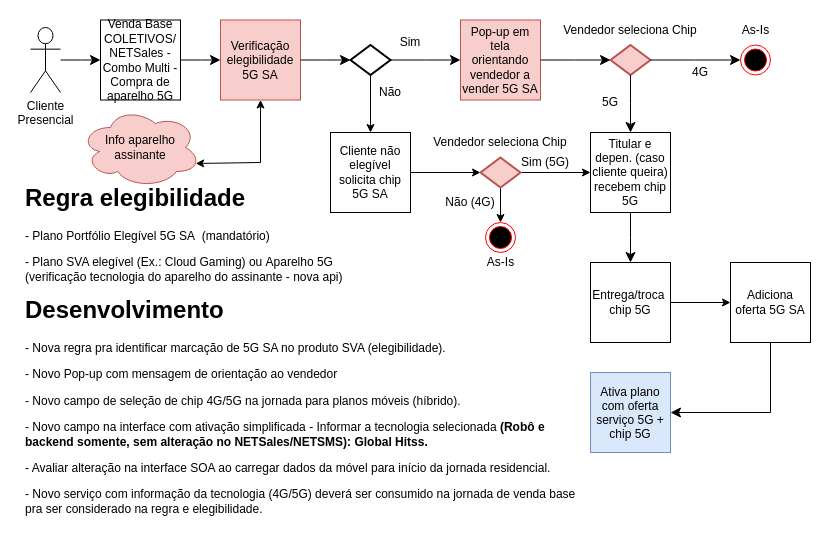
This is page "Venda Base NETSales" (5 of 5) of 5GSA v2.drawio from samirali/ClaroBrasil, a draw.io file, before an edit. Source tidied: cells renumbered, new cells numbered last; positions are measured from the earlier drawing's top-left corner, leaving out a move shared by most shapes. Both pictures are drawn from the tidied source at 100%, with x=0, y=0 at pixel (20, 20).
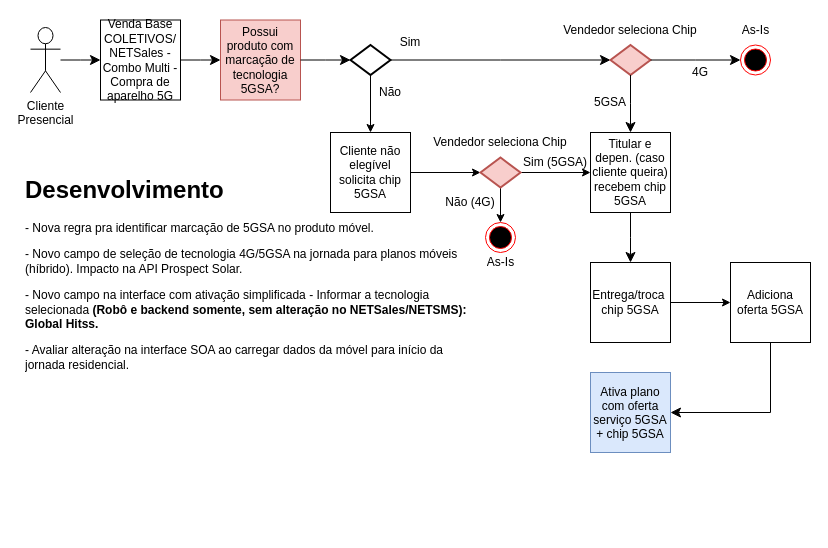
The same page after the edit.

Unchanged cells that the change refers to:
```xml
<mxCell id="4" style="strokeWidth=2;html=1;shape=mxgraph.flowchart.decision;whiteSpace=wrap;" parent="1" vertex="1">
  <mxGeometry x="330" y="24.5" width="40" height="30" as="geometry" />
</mxCell>
<mxCell id="14" style="strokeWidth=2;html=1;shape=mxgraph.flowchart.decision;whiteSpace=wrap;fillColor=#f8cecc;strokeColor=#b85450;" parent="1" vertex="1">
  <mxGeometry x="590" y="24.5" width="40" height="30" as="geometry" />
</mxCell>
```

What changed in the source:
```diff
@@
-    <mxCell id="5" value="Verificação elegibilidade 5G SA" style="whiteSpace=wrap;html=1;fillColor=#f8cecc;strokeColor=#b85450;" parent="1" vertex="1">
+    <mxCell id="5" value="Possui produto com marcação de tecnologia 5GSA?" style="whiteSpace=wrap;html=1;fillColor=#f8cecc;strokeColor=#b85450;" parent="1" vertex="1">
       <mxGeometry x="200" y="-0.5" width="80" height="80" as="geometry" />
     </mxCell>
@@
-    <mxCell id="10" value="&lt;h1&gt;Regra elegibilidade&lt;/h1&gt;&lt;p&gt;- Plano Portfólio Elegível 5G SA&amp;nbsp; (mandatório)&lt;/p&gt;&lt;p&gt;- Plano SVA elegível (Ex.: Cloud Gaming) ou&amp;nbsp;&lt;span style=&quot;background-color: initial;&quot;&gt;Aparelho 5G (v&lt;/span&gt;&lt;span style=&quot;background-color: initial;&quot;&gt;erificação tecnologia do aparelho do assinante - nova api)&lt;/span&gt;&lt;/p&gt;" style="text;html=1;strokeColor=none;fillColor=none;spacing=5;spacingTop=-20;whiteSpace=wrap;overflow=hidden;rounded=0;" parent="1" vertex="1">
-      <mxGeometry y="158" width="340" height="131" as="geometry" />
-    </mxCell>
@@
-    <mxCell id="12" style="edgeStyle=elbowEdgeStyle;elbow=horizontal;endArrow=classic;html=1;curved=0;rounded=0;endSize=8;startSize=8;exitX=1;exitY=0.5;exitDx=0;exitDy=0;exitPerimeter=0;entryX=0;entryY=0.5;entryDx=0;entryDy=0;" parent="1" edge="1" source="4" target="13">
+    <mxCell id="12" style="edgeStyle=elbowEdgeStyle;elbow=horizontal;endArrow=classic;html=1;curved=0;rounded=0;endSize=8;startSize=8;exitX=1;exitY=0.5;exitDx=0;exitDy=0;exitPerimeter=0;entryX=0;entryY=0.5;entryDx=0;entryDy=0;entryPerimeter=0;" parent="1" edge="1" source="4" target="14">
       <mxGeometry relative="1" as="geometry" />
     </mxCell>
-    <mxCell id="13" value="Pop-up em tela orientando vendedor a vender 5G SA" style="whiteSpace=wrap;html=1;fillColor=#f8cecc;strokeColor=#b85450;" parent="1" vertex="1">
-      <mxGeometry x="440" y="-0.5" width="80" height="80" as="geometry" />
-    </mxCell>
@@
-    <mxCell id="19" style="edgeStyle=elbowEdgeStyle;elbow=horizontal;endArrow=classic;html=1;curved=0;rounded=0;endSize=8;startSize=8;exitX=1;exitY=0.5;exitDx=0;exitDy=0;entryX=0;entryY=0.5;entryDx=0;entryDy=0;entryPerimeter=0;" parent="1" edge="1" source="13" target="14">
-      <mxGeometry relative="1" as="geometry" />
-    </mxCell>
@@
-    <mxCell id="21" value="Titular e depen. (caso cliente queira) recebem chip 5G" style="whiteSpace=wrap;html=1;" parent="1" vertex="1">
+    <mxCell id="21" value="Titular e depen. (caso cliente queira) recebem chip 5GSA" style="whiteSpace=wrap;html=1;" parent="1" vertex="1">
       <mxGeometry x="570" y="112" width="80" height="80" as="geometry" />
     </mxCell>
@@
-    <mxCell id="23" value="5G" style="text;html=1;strokeColor=none;fillColor=none;align=center;verticalAlign=middle;whiteSpace=wrap;overflow=hidden;" parent="1" vertex="1">
+    <mxCell id="23" value="5GSA" style="text;html=1;strokeColor=none;fillColor=none;align=center;verticalAlign=middle;whiteSpace=wrap;overflow=hidden;" parent="1" vertex="1">
       <mxGeometry x="570" y="72" width="40" height="20" as="geometry" />
     </mxCell>
@@
-    <mxCell id="26" value="Entrega/troca&amp;nbsp; chip 5G" style="whiteSpace=wrap;html=1;" parent="1" vertex="1">
+    <mxCell id="26" value="Entrega/troca&amp;nbsp; chip 5GSA" style="whiteSpace=wrap;html=1;" parent="1" vertex="1">
       <mxGeometry x="570" y="242" width="80" height="80" as="geometry" />
     </mxCell>
-    <mxCell id="27" value="&lt;p style=&quot;line-height: normal; margin: 0pt 0in; text-indent: 0in; direction: ltr; unicode-bidi: embed; word-break: normal;&quot;&gt;Ativa plano com oferta serviço 5G + chip 5G&lt;/p&gt;" style="whiteSpace=wrap;html=1;fillColor=#dae8fc;strokeColor=#6c8ebf;" parent="1" vertex="1">
+    <mxCell id="27" value="&lt;p style=&quot;line-height: normal; margin: 0pt 0in; text-indent: 0in; direction: ltr; unicode-bidi: embed; word-break: normal;&quot;&gt;Ativa plano com oferta serviço 5GSA + chip 5GSA&lt;/p&gt;" style="whiteSpace=wrap;html=1;fillColor=#dae8fc;strokeColor=#6c8ebf;" parent="1" vertex="1">
       <mxGeometry x="570" y="352" width="80" height="80" as="geometry" />
     </mxCell>
@@
-    <mxCell id="29" value="Cliente não elegível solicita chip 5G SA" style="whiteSpace=wrap;html=1;" parent="1" vertex="1">
+    <mxCell id="29" value="Cliente não elegível solicita chip 5GSA" style="whiteSpace=wrap;html=1;" parent="1" vertex="1">
       <mxGeometry x="310" y="112" width="80" height="80" as="geometry" />
     </mxCell>
@@
-    <mxCell id="34" value="Sim (5G)" style="text;html=1;strokeColor=none;fillColor=none;align=center;verticalAlign=middle;whiteSpace=wrap;overflow=hidden;" parent="1" vertex="1">
-      <mxGeometry x="500" y="132" width="50" height="20" as="geometry" />
+    <mxCell id="34" value="Sim (5GSA)" style="text;html=1;strokeColor=none;fillColor=none;align=center;verticalAlign=middle;whiteSpace=wrap;overflow=hidden;" parent="1" vertex="1">
+      <mxGeometry x="500" y="132" width="70" height="20" as="geometry" />
     </mxCell>
@@
-    <mxCell id="39" value="Adiciona oferta 5G SA" style="whiteSpace=wrap;html=1;" parent="1" vertex="1">
+    <mxCell id="39" value="Adiciona oferta 5GSA" style="whiteSpace=wrap;html=1;" parent="1" vertex="1">
       <mxGeometry x="710" y="242" width="80" height="80" as="geometry" />
     </mxCell>
@@
-    <mxCell id="41" value="Info aparelho assinante" style="ellipse;shape=cloud;whiteSpace=wrap;html=1;fillColor=#f8cecc;strokeColor=#b85450;" parent="1" vertex="1">
-      <mxGeometry x="60" y="87" width="120" height="80" as="geometry" />
-    </mxCell>
-    <mxCell id="42" style="endArrow=classic;startArrow=classic;html=1;rounded=0;entryX=0.5;entryY=1;entryDx=0;entryDy=0;exitX=0.96;exitY=0.7;exitDx=0;exitDy=0;exitPerimeter=0;" parent="1" edge="1" source="41" target="5">
-      <mxGeometry relative="1" as="geometry">
-        <Array as="points">
-          <mxPoint x="240" y="142" />
-        </Array>
-      </mxGeometry>
-    </mxCell>
-    <mxCell id="43" value="&lt;h1&gt;Desenvolvimento&lt;/h1&gt;&lt;p&gt;- Nova regra pra identificar marcação de 5G SA no produto SVA (elegibilidade).&lt;/p&gt;&lt;p&gt;- Novo Pop-up com mensagem de orientação ao vendedor&lt;/p&gt;&lt;p&gt;- Novo campo de seleção de chip 4G/5G na jornada para planos móveis (híbrido).&lt;/p&gt;&lt;p style=&quot;border-color: var(--border-color);&quot;&gt;- Novo campo na interface com ativação simplificada - Informar a tecnologia selecionada&lt;b style=&quot;border-color: var(--border-color);&quot;&gt;&amp;nbsp;(Robô e backend somente, sem alteração no NETSales/NETSMS): Global Hitss.&lt;/b&gt;&lt;br&gt;&lt;/p&gt;&lt;p style=&quot;border-color: var(--border-color);&quot;&gt;- Avaliar alteração na interface SOA ao carregar dados da móvel para início da jornada residencial.&lt;/p&gt;&lt;p style=&quot;border-color: var(--border-color);&quot;&gt;- Novo serviço com informação da tecnologia (4G/5G) deverá ser consumido na jornada de venda base pra ser considerado na regra e elegibilidade.&lt;/p&gt;&lt;p&gt;&lt;br&gt;&lt;/p&gt;&lt;div&gt;&lt;br&gt;&lt;/div&gt;" style="text;html=1;strokeColor=none;fillColor=none;spacing=5;spacingTop=-20;whiteSpace=wrap;overflow=hidden;rounded=0;" parent="1" vertex="1">
-      <mxGeometry y="270" width="560" height="240" as="geometry" />
+    <mxCell id="43" value="&lt;h1&gt;Desenvolvimento&lt;/h1&gt;&lt;p style=&quot;border-color: var(--border-color);&quot;&gt;- Nova regra pra identificar marcação de 5GSA no produto móvel.&lt;/p&gt;&lt;p style=&quot;border-color: var(--border-color);&quot;&gt;- Novo campo de seleção de tecnologia 4G/5GSA na jornada para planos móveis (híbrido). Impacto na API Prospect Solar.&lt;br style=&quot;border-color: var(--border-color);&quot;&gt;&lt;/p&gt;&lt;p style=&quot;border-color: var(--border-color);&quot;&gt;- Novo campo na interface com ativação simplificada - Informar a tecnologia selecionada&lt;b style=&quot;border-color: var(--border-color);&quot;&gt;&amp;nbsp;(Robô e backend somente, sem alteração no NETSales/NETSMS): Global Hitss.&lt;/b&gt;&lt;/p&gt;&lt;p style=&quot;border-color: var(--border-color);&quot;&gt;- Avaliar alteração na interface SOA ao carregar dados da móvel para início da jornada residencial.&lt;/p&gt;&lt;p&gt;&lt;br&gt;&lt;/p&gt;&lt;div&gt;&lt;br&gt;&lt;/div&gt;" style="text;html=1;strokeColor=none;fillColor=none;spacing=5;spacingTop=-20;whiteSpace=wrap;overflow=hidden;rounded=0;" parent="1" vertex="1">
+      <mxGeometry y="150" width="460" height="240" as="geometry" />
     </mxCell>
```
